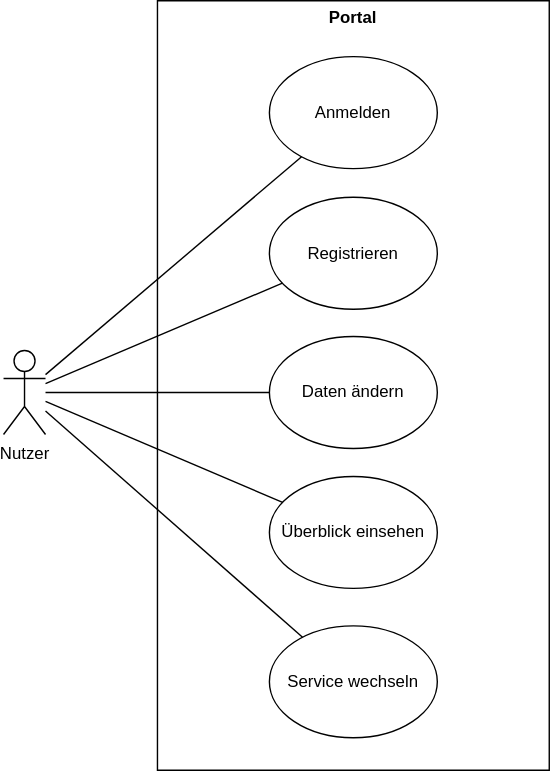
Smart-City-SoSe-2022/Dokumentation keeps this draw.io diagram as _einleitung/media/Portal_Use_Cases.drawio.svg. Above is the earlier version. Source tidied: cells renumbered, new cells last; positions are measured from the earlier drawing's top-left corner, leaving out a move shared by most shapes. Its diagram source:
```xml
<mxGraphModel>
  <root>
    <mxCell id="0" />
    <mxCell id="1" parent="0" />
    <mxCell id="2" value="&lt;div&gt;Nutzer&lt;/div&gt;" style="shape=umlActor;verticalLabelPosition=bottom;verticalAlign=top;html=1;outlineConnect=0;" parent="1" vertex="1">
      <mxGeometry y="250" width="30" height="60" as="geometry" />
    </mxCell>
    <mxCell id="3" value="Portal" style="swimlane;swimlaneLine=0;" parent="1" vertex="1">
      <mxGeometry x="110" width="280" height="550" as="geometry" />
    </mxCell>
    <mxCell id="4" value="Anmelden" style="ellipse;whiteSpace=wrap;html=1;" parent="3" vertex="1">
      <mxGeometry x="80" y="40" width="120" height="80" as="geometry" />
    </mxCell>
    <mxCell id="5" value="Registrieren" style="ellipse;whiteSpace=wrap;html=1;" parent="3" vertex="1">
      <mxGeometry x="80" y="140.5" width="120" height="80" as="geometry" />
    </mxCell>
    <mxCell id="6" value="Daten ändern" style="ellipse;whiteSpace=wrap;html=1;" parent="3" vertex="1">
      <mxGeometry x="80" y="240" width="120" height="80" as="geometry" />
    </mxCell>
    <mxCell id="7" value="Überblick einsehen" style="ellipse;whiteSpace=wrap;html=1;" parent="3" vertex="1">
      <mxGeometry x="80" y="340" width="120" height="80" as="geometry" />
    </mxCell>
    <mxCell id="8" value="&lt;div&gt;Service wechseln&lt;/div&gt;" style="ellipse;whiteSpace=wrap;html=1;" parent="3" vertex="1">
      <mxGeometry x="80" y="446.8" width="120" height="80" as="geometry" />
    </mxCell>
    <mxCell id="9" style="endArrow=none;html=1;rounded=0;" parent="1" edge="1" source="2" target="4">
      <mxGeometry relative="1" as="geometry" />
    </mxCell>
    <mxCell id="10" style="endArrow=none;html=1;rounded=0;" parent="1" edge="1" source="2" target="5">
      <mxGeometry relative="1" as="geometry" />
    </mxCell>
    <mxCell id="11" style="endArrow=none;html=1;rounded=0;shadow=0;comic=0;sketch=0;startSize=6;sourcePerimeterSpacing=0;targetPerimeterSpacing=0;jumpStyle=none;jumpSize=6;" parent="1" edge="1" source="2" target="7">
      <mxGeometry relative="1" as="geometry" />
    </mxCell>
    <mxCell id="12" style="endArrow=none;html=1;rounded=0;shadow=0;comic=0;sketch=0;startSize=6;sourcePerimeterSpacing=0;targetPerimeterSpacing=0;jumpStyle=none;jumpSize=6;" parent="1" edge="1" source="2" target="6">
      <mxGeometry relative="1" as="geometry" />
    </mxCell>
    <mxCell id="13" style="endArrow=none;html=1;rounded=0;shadow=0;comic=0;sketch=0;startSize=6;sourcePerimeterSpacing=0;targetPerimeterSpacing=0;jumpStyle=none;jumpSize=6;" parent="1" edge="1" source="2" target="8">
      <mxGeometry relative="1" as="geometry" />
    </mxCell>
  </root>
</mxGraphModel>
```
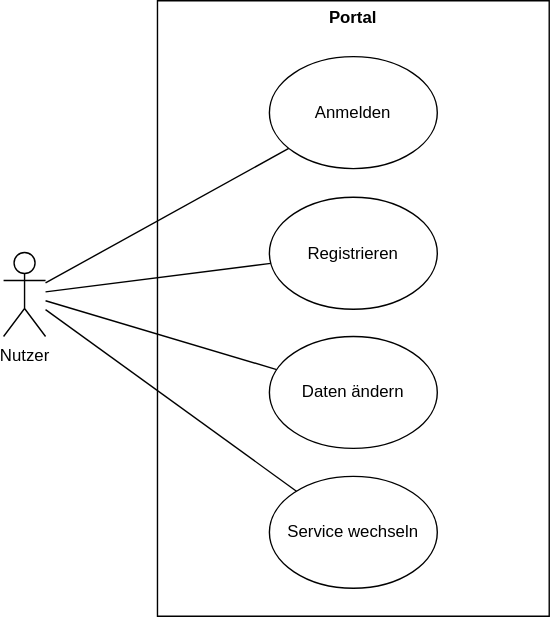
After the change.

The edit, as a diff of the source:
```diff
@@ -3,10 +3,10 @@
     <mxCell id="0" />
     <mxCell id="1" parent="0" />
     <mxCell id="2" value="&lt;div&gt;Nutzer&lt;/div&gt;" style="shape=umlActor;verticalLabelPosition=bottom;verticalAlign=top;html=1;outlineConnect=0;" parent="1" vertex="1">
-      <mxGeometry y="250" width="30" height="60" as="geometry" />
+      <mxGeometry y="180" width="30" height="60" as="geometry" />
     </mxCell>
     <mxCell id="3" value="Portal" style="swimlane;swimlaneLine=0;" parent="1" vertex="1">
-      <mxGeometry x="110" width="280" height="550" as="geometry" />
+      <mxGeometry x="110" width="280" height="440" as="geometry" />
     </mxCell>
     <mxCell id="4" value="Anmelden" style="ellipse;whiteSpace=wrap;html=1;" parent="3" vertex="1">
       <mxGeometry x="80" y="40" width="120" height="80" as="geometry" />
@@ -17,11 +17,8 @@
     <mxCell id="6" value="Daten ändern" style="ellipse;whiteSpace=wrap;html=1;" parent="3" vertex="1">
       <mxGeometry x="80" y="240" width="120" height="80" as="geometry" />
     </mxCell>
-    <mxCell id="7" value="Überblick einsehen" style="ellipse;whiteSpace=wrap;html=1;" parent="3" vertex="1">
-      <mxGeometry x="80" y="340" width="120" height="80" as="geometry" />
-    </mxCell>
     <mxCell id="8" value="&lt;div&gt;Service wechseln&lt;/div&gt;" style="ellipse;whiteSpace=wrap;html=1;" parent="3" vertex="1">
-      <mxGeometry x="80" y="446.8" width="120" height="80" as="geometry" />
+      <mxGeometry x="80" y="340" width="120" height="80" as="geometry" />
     </mxCell>
     <mxCell id="9" style="endArrow=none;html=1;rounded=0;" parent="1" edge="1" source="2" target="4">
       <mxGeometry relative="1" as="geometry" />
@@ -29,9 +26,6 @@
     <mxCell id="10" style="endArrow=none;html=1;rounded=0;" parent="1" edge="1" source="2" target="5">
       <mxGeometry relative="1" as="geometry" />
     </mxCell>
-    <mxCell id="11" style="endArrow=none;html=1;rounded=0;shadow=0;comic=0;sketch=0;startSize=6;sourcePerimeterSpacing=0;targetPerimeterSpacing=0;jumpStyle=none;jumpSize=6;" parent="1" edge="1" source="2" target="7">
-      <mxGeometry relative="1" as="geometry" />
-    </mxCell>
     <mxCell id="12" style="endArrow=none;html=1;rounded=0;shadow=0;comic=0;sketch=0;startSize=6;sourcePerimeterSpacing=0;targetPerimeterSpacing=0;jumpStyle=none;jumpSize=6;" parent="1" edge="1" source="2" target="6">
       <mxGeometry relative="1" as="geometry" />
     </mxCell>
```
